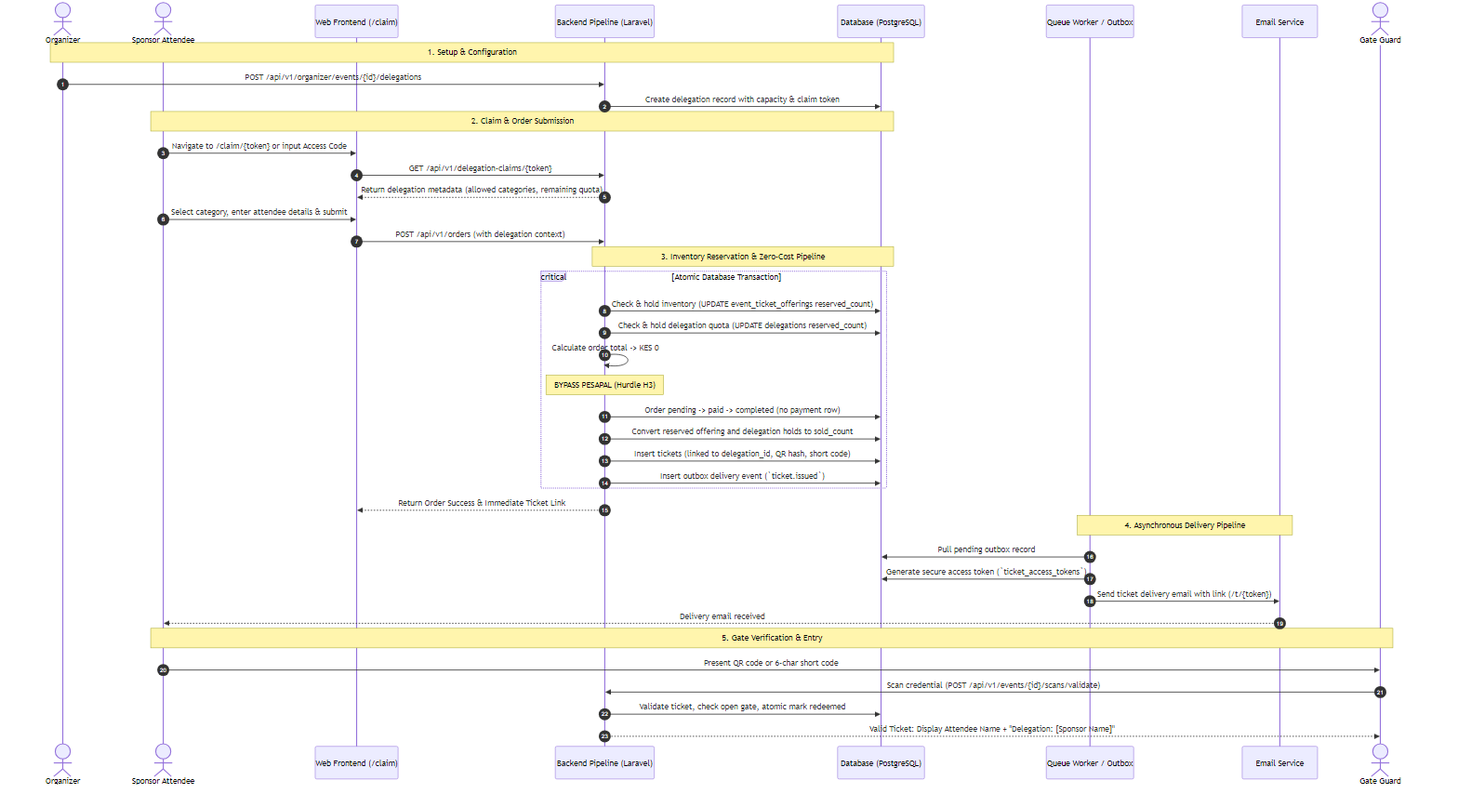
This is doc/diagrams/sponsored/01-delegation-claim-pipeline.png from kreativesahara/ticket, a Mermaid export, as it was before one commit. Its source is kept beside it as doc/diagrams/sponsored/01-delegation-claim-pipeline.mmd. Its diagram source:
```mermaid
sequenceDiagram
    autonumber
    actor Organizer as Organizer
    actor SponsorUser as Sponsor Attendee
    participant Web as Web Frontend (/claim)
    participant API as Backend Pipeline (Laravel)
    participant DB as Database (PostgreSQL)
    participant Outbox as Queue Worker / Outbox
    participant Email as Email Service
    actor Guard as Gate Guard

    Note over Organizer, DB: 1. Setup & Configuration
    Organizer->>API: POST /api/v1/organizer/events/{id}/delegations
    API->>DB: Create delegation record with capacity & claim token

    Note over SponsorUser, DB: 2. Claim & Order Submission
    SponsorUser->>Web: Navigate to /claim/{token} or input Access Code
    Web->>API: GET /api/v1/delegation-claims/{token}
    API-->>Web: Return delegation metadata (allowed categories, remaining quota)
    SponsorUser->>Web: Select category, enter attendee details & submit
    Web->>API: POST /api/v1/orders (with delegation context)

    Note over API, DB: 3. Inventory Reservation & Zero-Cost Pipeline
    critical Atomic Database Transaction
        API->>DB: Check & hold inventory (UPDATE event_ticket_offerings reserved_count)
        API->>DB: Check & hold delegation quota (UPDATE delegations reserved_count)
        API->>API: Calculate order total -> KES 0
        Note over API: BYPASS PESAPAL (Hurdle H3)
        API->>DB: Order pending -> paid -> completed (no payment row)
        API->>DB: Convert reserved offering and delegation holds to sold_count
        API->>DB: Insert tickets (linked to delegation_id, QR hash, short code)
        API->>DB: Insert outbox delivery event (`ticket.issued`)
    end
    API-->>Web: Return Order Success & Immediate Ticket Link

    Note over Outbox, Email: 4. Asynchronous Delivery Pipeline
    Outbox->>DB: Pull pending outbox record
    Outbox->>DB: Generate secure access token (`ticket_access_tokens`)
    Outbox->>Email: Send ticket delivery email with link (/t/{token})
    Email-->>SponsorUser: Delivery email received

    Note over SponsorUser, Guard: 5. Gate Verification & Entry
    SponsorUser->>Guard: Present QR code or 6-char short code
    Guard->>API: Scan credential (POST /api/v1/events/{id}/scans/validate)
    API->>DB: Validate ticket, check open gate, atomic mark redeemed
    API-->>Guard: Valid Ticket: Display Attendee Name + "Delegation: [Sponsor Name]"
```
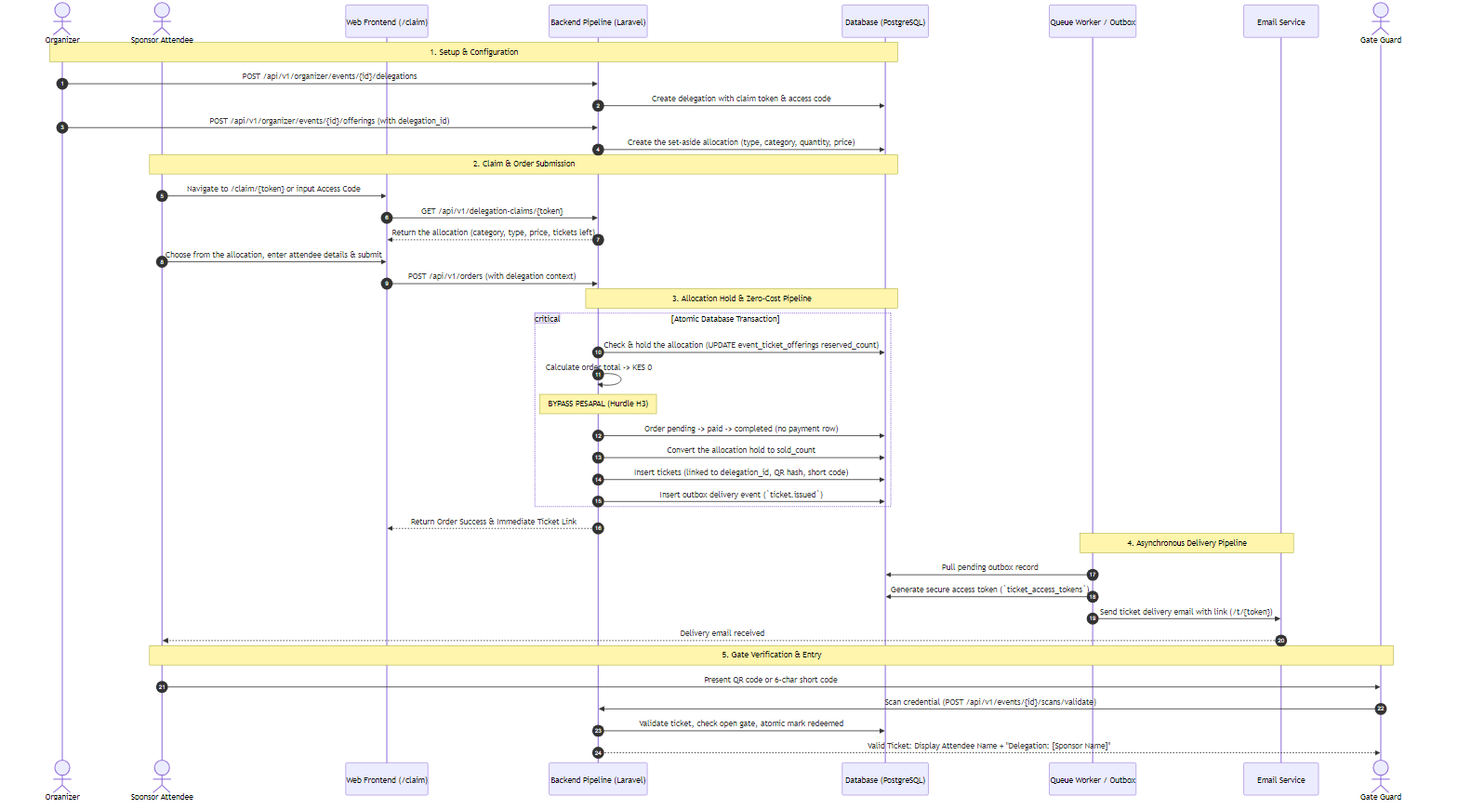
After the commit.

Diff of the diagram source:
```diff
@@ -11,23 +11,24 @@
 
     Note over Organizer, DB: 1. Setup & Configuration
     Organizer->>API: POST /api/v1/organizer/events/{id}/delegations
-    API->>DB: Create delegation record with capacity & claim token
+    API->>DB: Create delegation with claim token & access code
+    Organizer->>API: POST /api/v1/organizer/events/{id}/offerings (with delegation_id)
+    API->>DB: Create the set-aside allocation (type, category, quantity, price)
 
     Note over SponsorUser, DB: 2. Claim & Order Submission
     SponsorUser->>Web: Navigate to /claim/{token} or input Access Code
     Web->>API: GET /api/v1/delegation-claims/{token}
-    API-->>Web: Return delegation metadata (allowed categories, remaining quota)
-    SponsorUser->>Web: Select category, enter attendee details & submit
+    API-->>Web: Return the allocation (category, type, price, tickets left)
+    SponsorUser->>Web: Choose from the allocation, enter attendee details & submit
     Web->>API: POST /api/v1/orders (with delegation context)
 
-    Note over API, DB: 3. Inventory Reservation & Zero-Cost Pipeline
+    Note over API, DB: 3. Allocation Hold & Zero-Cost Pipeline
     critical Atomic Database Transaction
-        API->>DB: Check & hold inventory (UPDATE event_ticket_offerings reserved_count)
-        API->>DB: Check & hold delegation quota (UPDATE delegations reserved_count)
+        API->>DB: Check & hold the allocation (UPDATE event_ticket_offerings reserved_count)
         API->>API: Calculate order total -> KES 0
         Note over API: BYPASS PESAPAL (Hurdle H3)
         API->>DB: Order pending -> paid -> completed (no payment row)
-        API->>DB: Convert reserved offering and delegation holds to sold_count
+        API->>DB: Convert the allocation hold to sold_count
         API->>DB: Insert tickets (linked to delegation_id, QR hash, short code)
         API->>DB: Insert outbox delivery event (`ticket.issued`)
     end
```
